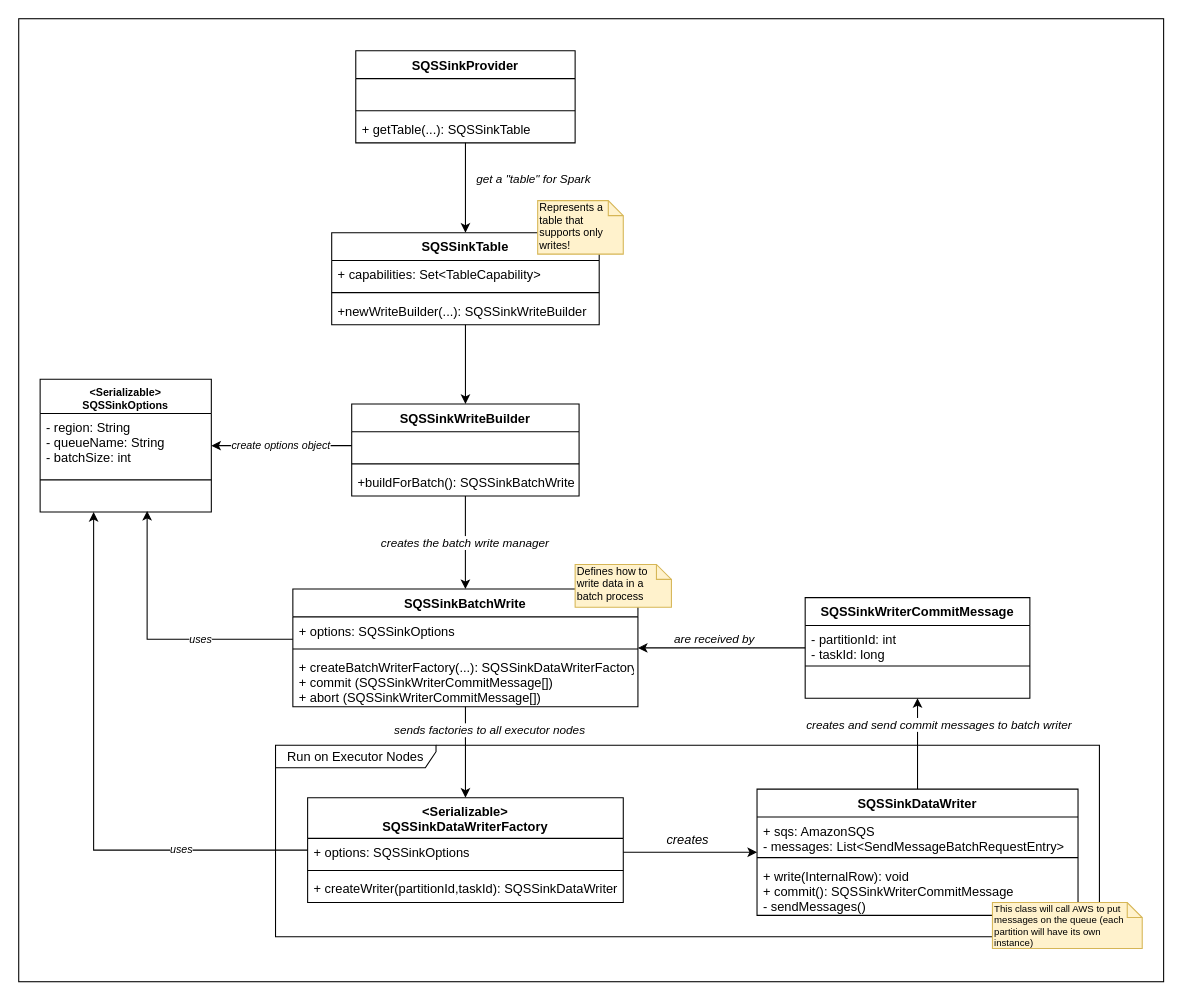
Earlier version of the draw.io diagram doc/Class Diagram.drawio (fabiogouw/spark-aws-messaging). Source tidied: cells renumbered, new cells numbered last; positions are measured from the earlier drawing's top-left corner, leaving out a move shared by most shapes. Both pictures are drawn from the tidied source at 107%, with x=0, y=0 at pixel (18, 18).
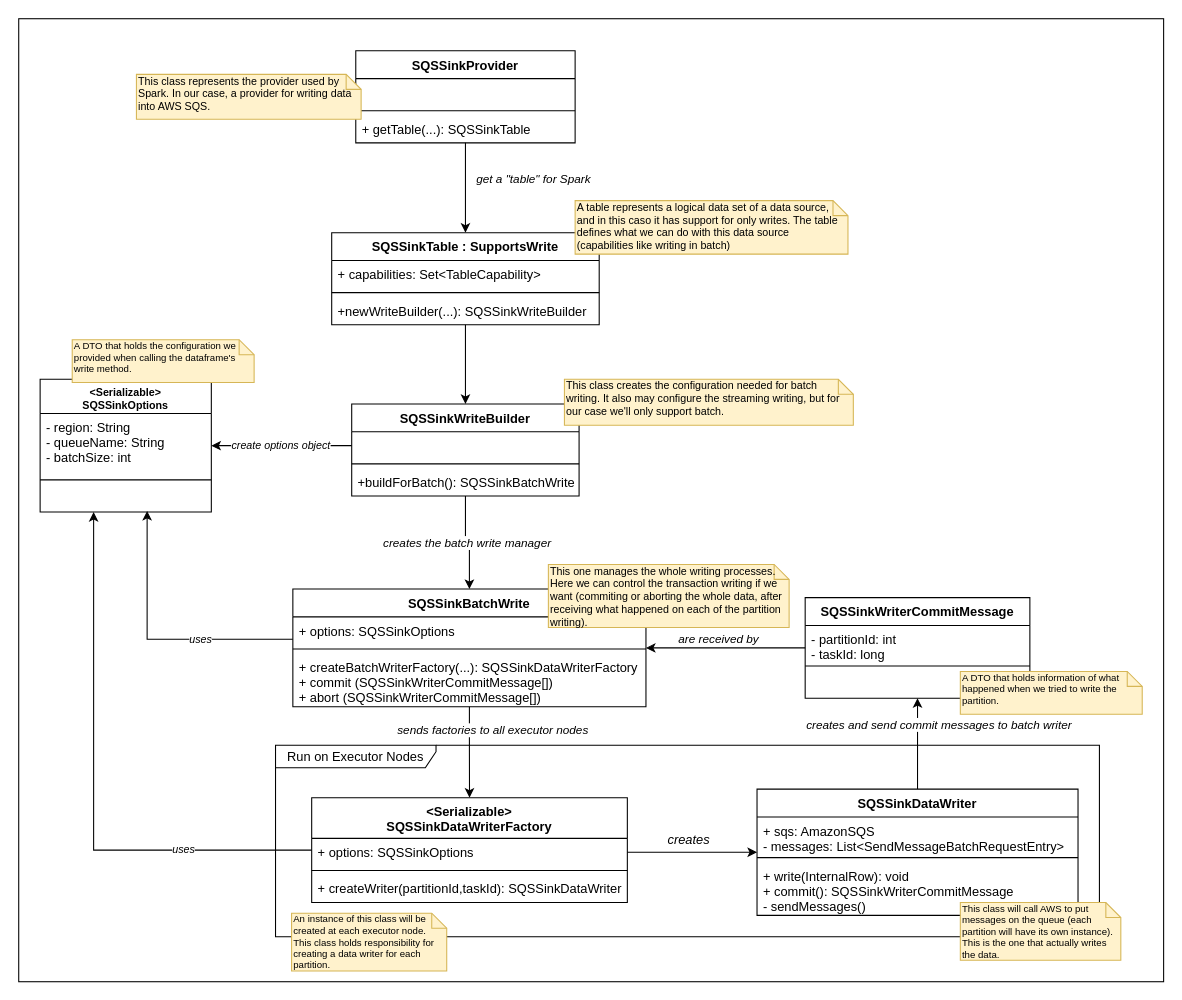
After the change.

Commit message:
Adding more info in the class diagram

Change to the diagram source:
```diff
@@
     <mxCell id="15" value="&lt;Serializable&gt;&#10;SQSSinkDataWriterFactory" style="swimlane;fontStyle=1;align=center;verticalAlign=top;horizontal=1;startSize=38;" parent="3" vertex="1">
-      <mxGeometry x="270" y="728" width="295" height="98" as="geometry" />
+      <mxGeometry x="273.8" y="728" width="295" height="98" as="geometry" />
     </mxCell>
@@
     <mxCell id="29" value="SQSSinkBatchWrite" style="swimlane;fontStyle=1;align=center;verticalAlign=top;horizontal=1;startSize=26;" parent="3" vertex="1">
-      <mxGeometry x="256.2" y="533" width="322.5" height="110" as="geometry" />
+      <mxGeometry x="256.2" y="533" width="330" height="110" as="geometry" />
     </mxCell>
     <mxCell id="30" value="+ options: SQSSinkOptions" style="text;strokeColor=none;fillColor=none;align=left;verticalAlign=top;spacingLeft=4;spacingRight=4;overflow=hidden;" parent="29" vertex="1">
-      <mxGeometry y="26" width="322.5" height="26" as="geometry" />
+      <mxGeometry y="26" width="330" height="26" as="geometry" />
     </mxCell>
     <mxCell id="31" style="line;strokeWidth=1;fillColor=none;align=left;verticalAlign=middle;spacingTop=-1;spacingLeft=3;spacingRight=3;labelPosition=right;" parent="29" vertex="1">
-      <mxGeometry y="52" width="322.5" height="8" as="geometry" />
+      <mxGeometry y="52" width="330" height="8" as="geometry" />
     </mxCell>
     <mxCell id="32" value="+ createBatchWriterFactory(...): SQSSinkDataWriterFactory&#10;+ commit (SQSSinkWriterCommitMessage[])&#10;+ abort (SQSSinkWriterCommitMessage[])" style="text;strokeColor=none;fillColor=none;align=left;verticalAlign=top;spacingLeft=4;spacingRight=4;overflow=hidden;" parent="29" vertex="1">
-      <mxGeometry y="60" width="322.5" height="50" as="geometry" />
+      <mxGeometry y="60" width="330" height="50" as="geometry" />
     </mxCell>
-    <mxCell id="33" value="Defines how to write data in a batch process" style="shape=note;whiteSpace=wrap;html=1;size=14;verticalAlign=top;align=left;spacingTop=-6;fontSize=10;fillColor=#fff2cc;strokeColor=#d6b656;" parent="3" vertex="1">
-      <mxGeometry x="520" y="510" width="90" height="40" as="geometry" />
+    <mxCell id="33" value="This one manages the whole writing processes. Here we can control the transaction writing if we want (commiting or aborting the whole data, after receiving what happened on each of the partition writing)." style="shape=note;whiteSpace=wrap;html=1;size=14;verticalAlign=top;align=left;spacingTop=-6;fontSize=10;fillColor=#fff2cc;strokeColor=#d6b656;" parent="3" vertex="1">
+      <mxGeometry x="495" y="510" width="225" height="59" as="geometry" />
     </mxCell>
-    <mxCell id="34" value="This class will call AWS to put messages on the queue (each partition will have its own instance)" style="shape=note;whiteSpace=wrap;html=1;size=14;verticalAlign=top;align=left;spacingTop=-6;fontSize=9;fillColor=#fff2cc;strokeColor=#d6b656;" parent="3" vertex="1">
-      <mxGeometry x="910" y="826" width="140" height="43" as="geometry" />
+    <mxCell id="34" value="This class will call AWS to put messages on the queue (each partition will have its own instance). This is the one that actually writes the data." style="shape=note;whiteSpace=wrap;html=1;size=14;verticalAlign=top;align=left;spacingTop=-6;fontSize=9;fillColor=#fff2cc;strokeColor=#d6b656;" parent="3" vertex="1">
+      <mxGeometry x="880" y="826" width="150" height="54" as="geometry" />
     </mxCell>
@@
-    <mxCell id="44" value="SQSSinkTable" style="swimlane;fontStyle=1;align=center;verticalAlign=top;horizontal=1;startSize=26;" parent="3" vertex="1">
+    <mxCell id="44" value="SQSSinkTable : SupportsWrite" style="swimlane;fontStyle=1;align=center;verticalAlign=top;horizontal=1;startSize=26;" parent="3" vertex="1">
       <mxGeometry x="292.5" y="200" width="250" height="86" as="geometry" />
     </mxCell>
@@
-    <mxCell id="52" value="Represents a table that supports only writes!" style="shape=note;whiteSpace=wrap;html=1;size=14;verticalAlign=top;align=left;spacingTop=-6;fontSize=10;fillColor=#fff2cc;strokeColor=#d6b656;" parent="3" vertex="1">
-      <mxGeometry x="485" y="170" width="80" height="50" as="geometry" />
+    <mxCell id="52" value="A table represents a logical data set of a data source, and in this caso it has&amp;nbsp;support for only writes. The table defines what we can do with this data source (capabilities like writing in batch)" style="shape=note;whiteSpace=wrap;html=1;size=14;verticalAlign=top;align=left;spacingTop=-6;fontSize=10;fillColor=#fff2cc;strokeColor=#d6b656;" parent="3" vertex="1">
+      <mxGeometry x="520" y="170" width="255" height="50" as="geometry" />
     </mxCell>
+    <mxCell id="53" value="This class represents the provider used by Spark. In our case, a provider for writing data into AWS SQS." style="shape=note;whiteSpace=wrap;html=1;size=14;verticalAlign=top;align=left;spacingTop=-6;fontSize=10;fillColor=#fff2cc;strokeColor=#d6b656;" parent="3" vertex="1">
+      <mxGeometry x="110" y="52" width="210" height="42" as="geometry" />
+    </mxCell>
+    <mxCell id="54" value="This class creates the configuration needed for batch writing. It also may configure the streaming writing, but for our case we'll only support batch." style="shape=note;whiteSpace=wrap;html=1;size=14;verticalAlign=top;align=left;spacingTop=-6;fontSize=10;fillColor=#fff2cc;strokeColor=#d6b656;" parent="3" vertex="1">
+      <mxGeometry x="510" y="337" width="270" height="43" as="geometry" />
+    </mxCell>
+    <mxCell id="55" value="A DTO that holds information of what happened when we tried to write the partition." style="shape=note;whiteSpace=wrap;html=1;size=14;verticalAlign=top;align=left;spacingTop=-6;fontSize=9;fillColor=#fff2cc;strokeColor=#d6b656;" parent="3" vertex="1">
+      <mxGeometry x="880" y="610" width="170" height="40" as="geometry" />
+    </mxCell>
+    <mxCell id="56" value="An instance of this class will be created at each executor node. This class holds responsibility for creating a data writer for each partition." style="shape=note;whiteSpace=wrap;html=1;size=14;verticalAlign=top;align=left;spacingTop=-6;fontSize=9;fillColor=#fff2cc;strokeColor=#d6b656;" parent="3" vertex="1">
+      <mxGeometry x="255" y="836" width="145" height="54" as="geometry" />
+    </mxCell>
+    <mxCell id="57" value="A DTO that holds the configuration we provided when calling the dataframe's write method." style="shape=note;whiteSpace=wrap;html=1;size=14;verticalAlign=top;align=left;spacingTop=-6;fontSize=9;fillColor=#fff2cc;strokeColor=#d6b656;" parent="3" vertex="1">
+      <mxGeometry x="50" y="300" width="170" height="40" as="geometry" />
+    </mxCell>
```
